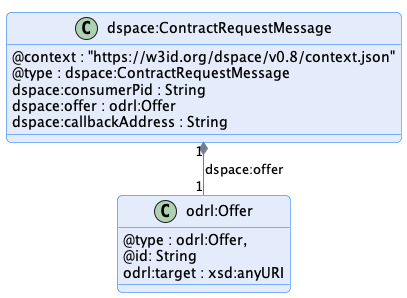
Above: negotiation/message/diagram/contract-request-message_initial.png in International-Data-Spaces-Association/ids-specification (PlantUML), before the change.
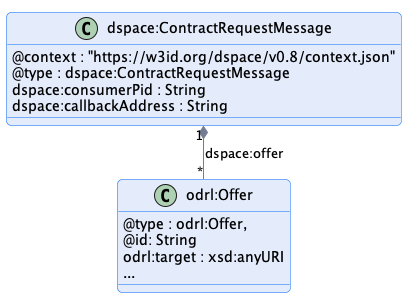
After the change.

What changed in the source:
```diff
@@ -1,4 +1,4 @@
-@startuml "contract-request-message"
+@startuml "contract-request-message_initial"
 !pragma layout smetana
 
 !include ../../../common/style/diagram.styles.puml
@@ -10,7 +10,6 @@
     @context : "https://w3id.org/dspace/v0.8/context.json"
     @type : dspace:ContractRequestMessage
     dspace:consumerPid : String
-    dspace:offer : odrl:Offer
     dspace:callbackAddress : String
 }
 
@@ -18,8 +17,9 @@
     @type : odrl:Offer,
     @id: String
     odrl:target : xsd:anyURI
+    ...
 }
 
-"dspace:ContractRequestMessage" "1" *-- "1" "odrl:Offer" : "dspace:offer"
+"dspace:ContractRequestMessage" "1" *-- "*" "odrl:Offer" : "dspace:offer"
 
 @enduml
```
